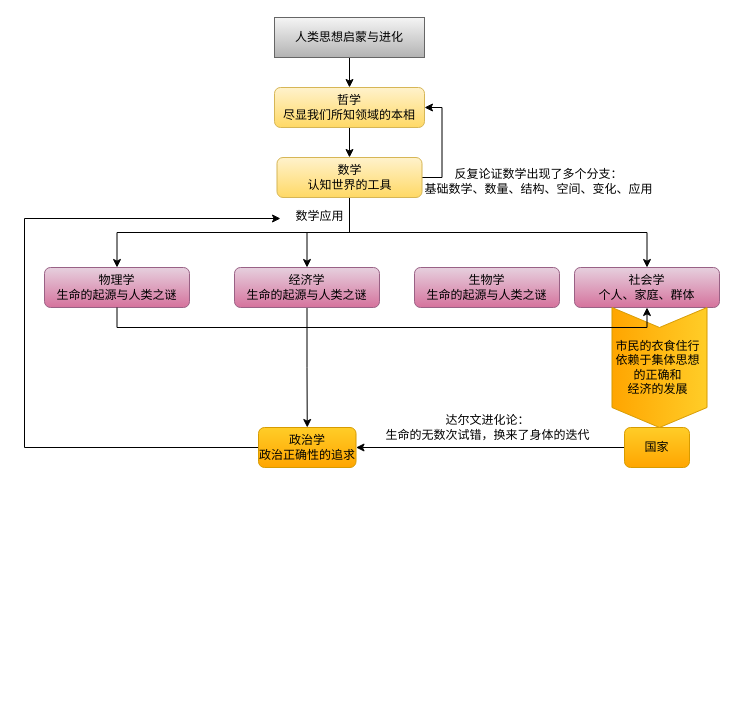
Earlier version of the draw.io diagram 思考进化.drawio (UTOUUCENTER-CD/draw.io). Source tidied: cells renumbered, new cells numbered last; positions are measured from the earlier drawing's top-left corner, leaving out a move shared by most shapes. Both pictures are drawn from the tidied source at 100%, with x=0, y=0 at pixel (24, 17).
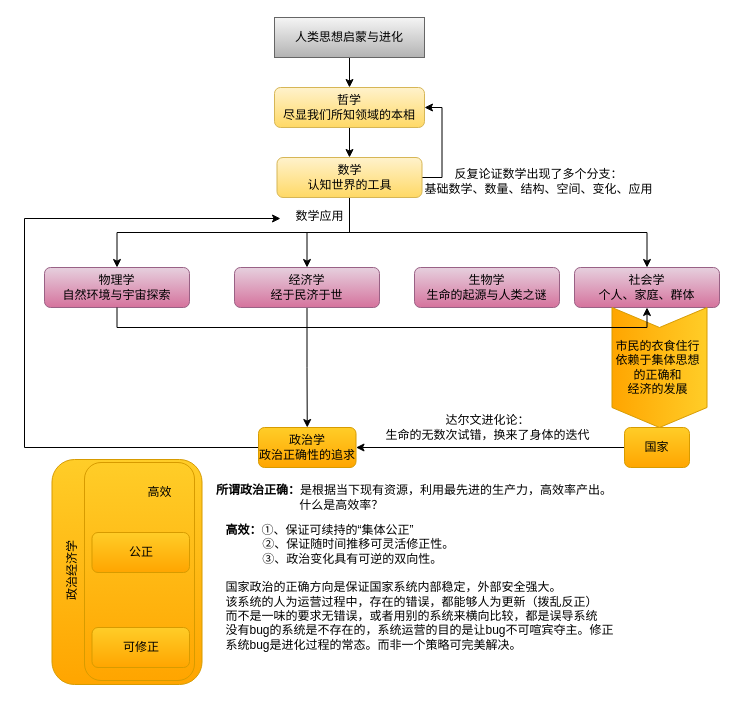
The same page after the edit.

Commit message (it also covers changes not shown here):
更新思考进化.drawio

Diff of the diagram source:
```diff
@@
-    <mxCell id="11" value="物理学&lt;br&gt;生命的起源与人类之谜" style="whiteSpace=wrap;html=1;rounded=1;fillColor=#e6d0de;gradientColor=#d5739d;strokeColor=#996185;" parent="1" vertex="1">
+    <mxCell id="11" value="物理学&lt;br&gt;自然环境与宇宙探索" style="whiteSpace=wrap;html=1;rounded=1;fillColor=#e6d0de;gradientColor=#d5739d;strokeColor=#996185;" parent="1" vertex="1">
       <mxGeometry x="20" y="250" width="145" height="40" as="geometry" />
     </mxCell>
@@
-    <mxCell id="13" value="经济学&lt;br&gt;生命的起源与人类之谜" style="whiteSpace=wrap;html=1;rounded=1;fillColor=#e6d0de;gradientColor=#d5739d;strokeColor=#996185;" parent="1" vertex="1">
+    <mxCell id="13" value="经济学&lt;br&gt;经于民济于世" style="whiteSpace=wrap;html=1;rounded=1;fillColor=#e6d0de;gradientColor=#d5739d;strokeColor=#996185;" parent="1" vertex="1">
       <mxGeometry x="210" y="250" width="145" height="40" as="geometry" />
     </mxCell>
@@
+    <mxCell id="26" value="&lt;b&gt;所谓政治正确：&lt;/b&gt;是根据当下现有资源，利用最先进的生产力，高效率产出。&lt;br&gt;&amp;nbsp; &amp;nbsp; &amp;nbsp; &amp;nbsp; &amp;nbsp; &amp;nbsp; &amp;nbsp; &amp;nbsp; &amp;nbsp; &amp;nbsp; &amp;nbsp; &amp;nbsp; &amp;nbsp;什么是高效率？" style="text;html=1;align=left;verticalAlign=middle;strokeColor=none;fillColor=none;" parent="1" vertex="1">
+      <mxGeometry x="190" y="460" width="420" height="40" as="geometry" />
+    </mxCell>
+    <mxCell id="27" style="whiteSpace=wrap;html=1;rounded=1;fillColor=#ffcd28;gradientColor=#ffa500;strokeColor=#d79b00;" parent="1" vertex="1">
+      <mxGeometry x="27.5" y="442" width="150" height="225" as="geometry" />
+    </mxCell>
+    <mxCell id="28" value="政治经济学" style="text;html=1;align=center;verticalAlign=middle;strokeColor=none;fillColor=none;rotation=-90;" parent="1" vertex="1">
+      <mxGeometry x="7.5" y="539" width="80" height="30" as="geometry" />
+    </mxCell>
+    <mxCell id="29" value="&lt;div style=&quot;text-align: left;&quot;&gt;&lt;span style=&quot;background-color: initial;&quot;&gt;&lt;b&gt;高效：&lt;/b&gt;①、保证可续持的&lt;/span&gt;&lt;span style=&quot;background-color: initial;&quot;&gt;“集体公正&lt;/span&gt;&lt;span style=&quot;background-color: initial;&quot;&gt;”&lt;/span&gt;&lt;/div&gt;&lt;div style=&quot;text-align: left;&quot;&gt;&lt;span style=&quot;background-color: initial;&quot;&gt;&amp;nbsp; &amp;nbsp; &amp;nbsp; &amp;nbsp; &amp;nbsp; &amp;nbsp;②、保证随时间推移可灵活修正性。&lt;/span&gt;&lt;/div&gt;&lt;div style=&quot;text-align: left;&quot;&gt;&lt;span style=&quot;background-color: initial;&quot;&gt;&amp;nbsp; &amp;nbsp; &amp;nbsp; &amp;nbsp; &amp;nbsp; &amp;nbsp;③、政治变化具有可逆的双向性。&lt;/span&gt;&lt;/div&gt;&lt;div style=&quot;text-align: left;&quot;&gt;&lt;span style=&quot;background-color: initial;&quot;&gt;&lt;br&gt;&lt;/span&gt;&lt;/div&gt;&lt;div style=&quot;text-align: left;&quot;&gt;&lt;span style=&quot;background-color: initial;&quot;&gt;国家政治的正确方向是保证国家系统内部稳定，外部安全强大。&lt;/span&gt;&lt;/div&gt;&lt;div style=&quot;text-align: left;&quot;&gt;&lt;span style=&quot;background-color: initial;&quot;&gt;该系统的人为运营过程中，存在的错误，都能够人为更新（拨乱反正）&lt;/span&gt;&lt;/div&gt;&lt;div style=&quot;text-align: left;&quot;&gt;&lt;span style=&quot;background-color: initial;&quot;&gt;而不是一味的要求无错误，或者用别的系统来横向比较，都是误导系统&lt;/span&gt;&lt;/div&gt;&lt;div style=&quot;text-align: left;&quot;&gt;没有bug的系统是不存在的，系统运营的目的是让bug不可喧宾夺主。修正&lt;/div&gt;&lt;div style=&quot;text-align: left;&quot;&gt;系统bug是进化过程的常态。而非一个策略可完美解决。&lt;/div&gt;" style="text;html=1;align=center;verticalAlign=middle;strokeColor=none;fillColor=none;" parent="1" vertex="1">
+      <mxGeometry x="190" y="500" width="410" height="140" as="geometry" />
+    </mxCell>
+    <mxCell id="30" style="whiteSpace=wrap;html=1;rounded=1;fillColor=#ffcd28;gradientColor=#ffa500;strokeColor=#d79b00;" parent="1" vertex="1">
+      <mxGeometry x="60" y="445" width="110" height="218" as="geometry" />
+    </mxCell>
+    <mxCell id="31" value="高效" style="text;html=1;align=center;verticalAlign=middle;strokeColor=none;fillColor=none;" parent="1" vertex="1">
+      <mxGeometry x="110" y="460" width="50" height="30" as="geometry" />
+    </mxCell>
+    <mxCell id="32" value="公正" style="whiteSpace=wrap;html=1;rounded=1;fillColor=#ffcd28;gradientColor=#ffa500;strokeColor=#d79b00;" parent="1" vertex="1">
+      <mxGeometry x="67.5" y="515" width="97.5" height="40" as="geometry" />
+    </mxCell>
+    <mxCell id="33" value="可修正" style="whiteSpace=wrap;html=1;rounded=1;fillColor=#ffcd28;gradientColor=#ffa500;strokeColor=#d79b00;" parent="1" vertex="1">
+      <mxGeometry x="67.5" y="610" width="97.5" height="40" as="geometry" />
+    </mxCell>
```
